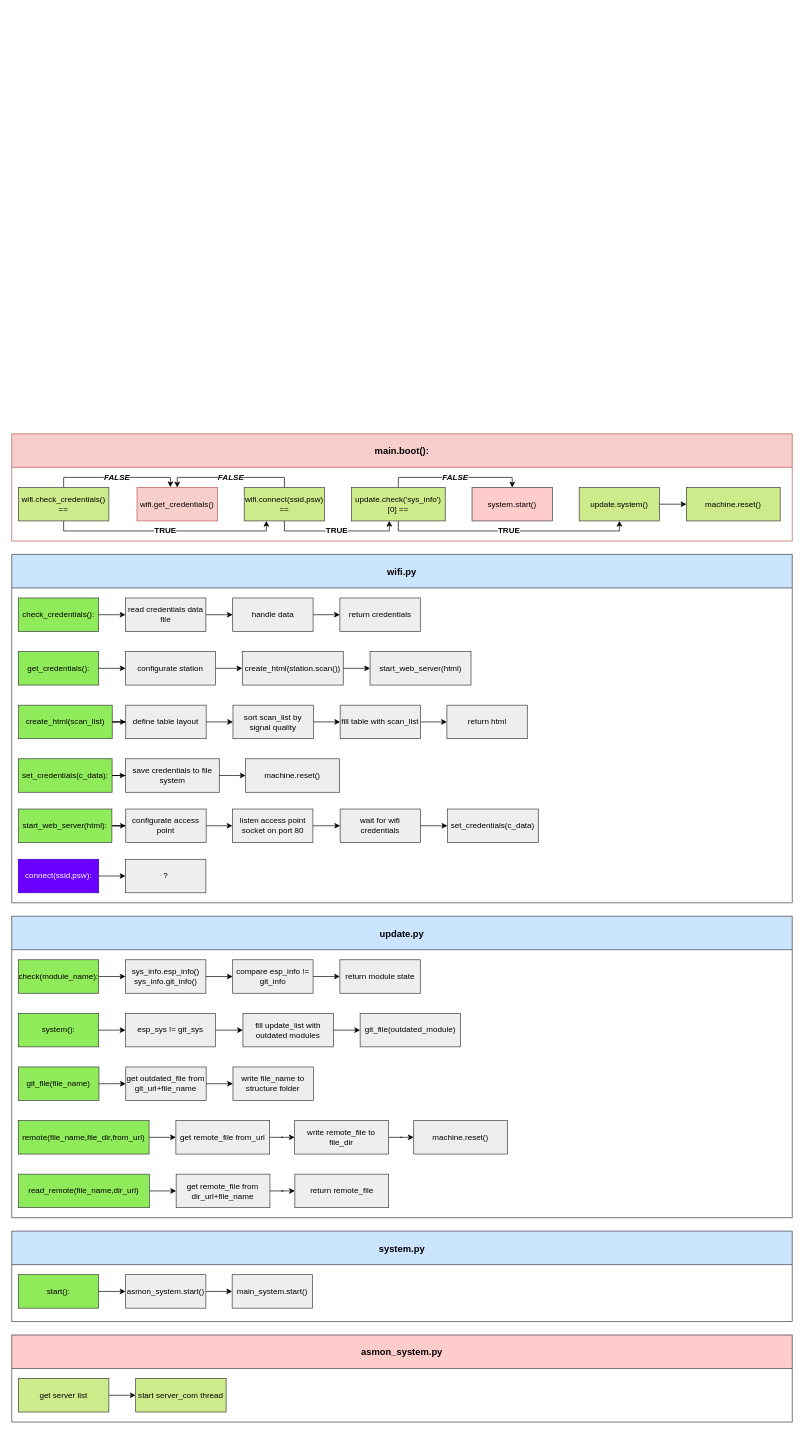
marsex/workbench keeps this draw.io diagram as design_files/esp_structure.drawio. Above is the earlier version. Source tidied: cells renumbered, new cells numbered last; positions are measured from the earlier drawing's top-left corner, leaving out a move shared by most shapes. Both pictures are drawn from the tidied source at 67%, with x=0, y=0 at pixel (11, 433).
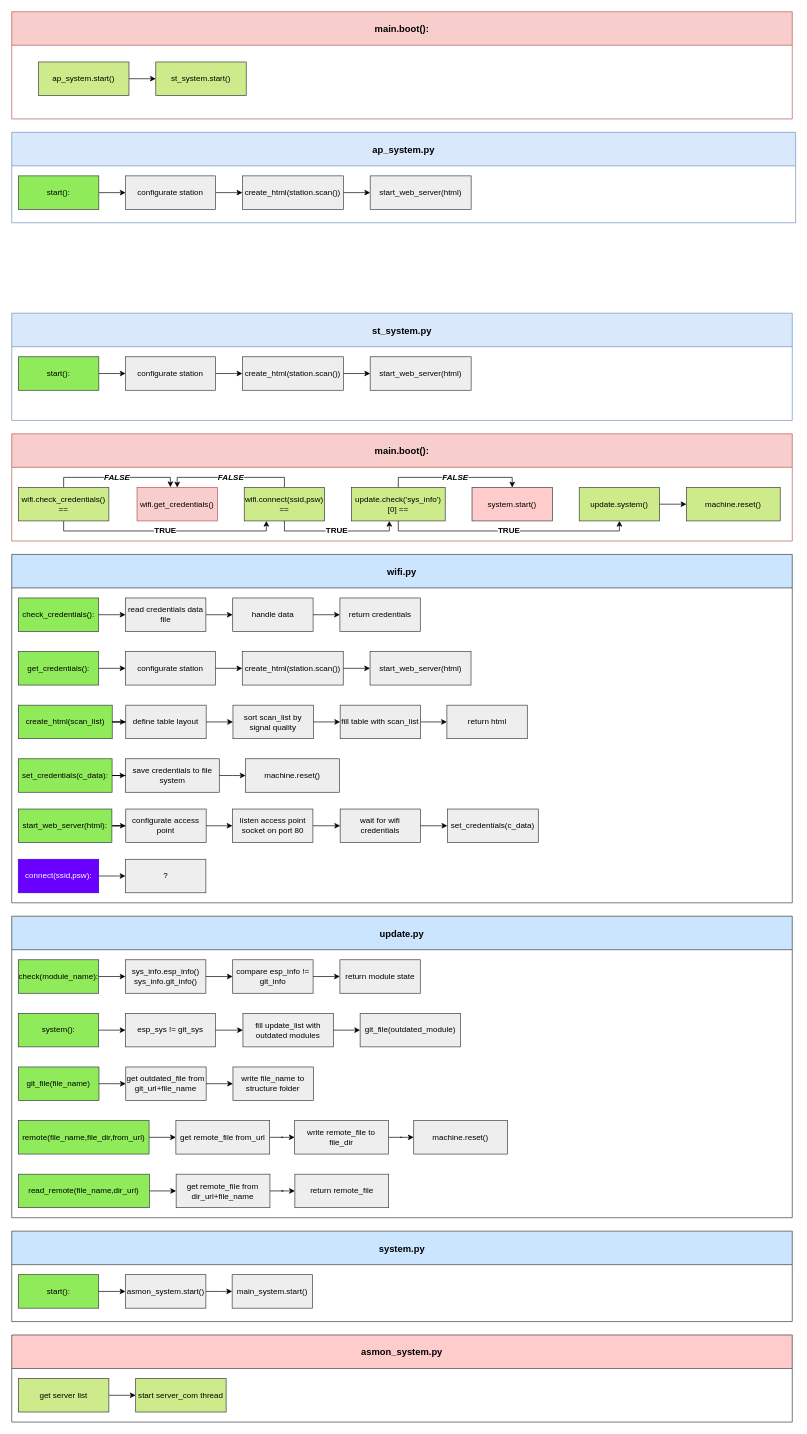
The same page after the edit.

The edit, as a diff of the source:
```diff
@@
+    <mxCell id="119" value="ap_system.py" style="swimlane;strokeColor=#6c8ebf;fillColor=#dae8fc;fontSize=14;startSize=50;flipH=1;swimlaneFillColor=none;" parent="1" vertex="1">
+      <mxGeometry y="-450" width="1170" height="135" as="geometry" />
+    </mxCell>
+    <mxCell id="120" style="edgeStyle=orthogonalEdgeStyle;rounded=0;jettySize=auto;html=1;" parent="119" edge="1" source="121" target="123">
+      <mxGeometry relative="1" as="geometry" />
+    </mxCell>
+    <mxCell id="121" value="start():" style="rounded=0;whiteSpace=wrap;html=1;fillColor=#8FEB59;strokeColor=#36393d;" parent="119" vertex="1">
+      <mxGeometry x="10" y="65" width="120" height="50" as="geometry" />
+    </mxCell>
+    <mxCell id="122" style="edgeStyle=orthogonalEdgeStyle;rounded=0;jettySize=auto;html=1;" parent="119" edge="1" source="123" target="125">
+      <mxGeometry relative="1" as="geometry" />
+    </mxCell>
+    <mxCell id="123" value="configurate station" style="rounded=0;whiteSpace=wrap;html=1;fillColor=#eeeeee;strokeColor=#36393d;" parent="119" vertex="1">
+      <mxGeometry x="170" y="65" width="134.3" height="50" as="geometry" />
+    </mxCell>
+    <mxCell id="124" style="edgeStyle=orthogonalEdgeStyle;rounded=0;jettySize=auto;html=1;" parent="119" edge="1" source="125" target="126">
+      <mxGeometry relative="1" as="geometry" />
+    </mxCell>
+    <mxCell id="125" value="create_html(station.scan())" style="rounded=0;whiteSpace=wrap;html=1;fillColor=#eeeeee;strokeColor=#36393d;" parent="119" vertex="1">
+      <mxGeometry x="344.3" y="65" width="150.7" height="50" as="geometry" />
+    </mxCell>
+    <mxCell id="126" value="start_web_server(html)" style="rounded=0;whiteSpace=wrap;html=1;fillColor=#eeeeee;strokeColor=#36393d;" parent="119" vertex="1">
+      <mxGeometry x="535" y="65" width="150.7" height="50" as="geometry" />
+    </mxCell>
+    <mxCell id="127" value="main.boot():" style="swimlane;strokeColor=#b85450;fillColor=#f8cecc;fontSize=14;startSize=50;flipH=1;swimlaneFillColor=none;" parent="1" vertex="1">
+      <mxGeometry y="-630" width="1165" height="160" as="geometry" />
+    </mxCell>
+    <mxCell id="128" value="&lt;b&gt;TRUE&lt;/b&gt;" style="edgeStyle=orthogonalEdgeStyle;rounded=0;orthogonalLoop=1;jettySize=auto;html=1;exitX=0.5;exitY=1;exitDx=0;exitDy=0;entryX=0.404;entryY=1;entryDx=0;entryDy=0;fontSize=12;fontColor=#000000;entryPerimeter=0;" parent="127" edge="1">
+      <mxGeometry relative="1" as="geometry">
+        <mxPoint x="407" y="130" as="sourcePoint" />
+        <Array as="points">
+          <mxPoint x="407" y="145" />
+          <mxPoint x="564" y="145" />
+        </Array>
+      </mxGeometry>
+    </mxCell>
+    <mxCell id="129" value="TRUE" style="edgeStyle=orthogonalEdgeStyle;rounded=0;orthogonalLoop=1;jettySize=auto;html=1;exitX=0.5;exitY=1;exitDx=0;exitDy=0;fontColor=#000000;fontStyle=1;fontSize=12;" parent="127" edge="1">
+      <mxGeometry relative="1" as="geometry">
+        <mxPoint x="380" y="130" as="targetPoint" />
+        <Array as="points">
+          <mxPoint x="77" y="145" />
+          <mxPoint x="380" y="145" />
+        </Array>
+      </mxGeometry>
+    </mxCell>
+    <mxCell id="130" value="ap_system.start()" style="rounded=0;whiteSpace=wrap;html=1;fillColor=#cdeb8b;strokeColor=#36393d;" parent="127" vertex="1">
+      <mxGeometry x="40" y="75" width="135" height="50" as="geometry" />
+    </mxCell>
+    <mxCell id="131" value="st_system.start()" style="rounded=0;whiteSpace=wrap;html=1;fillColor=#cdeb8b;strokeColor=#36393d;" parent="127" vertex="1">
+      <mxGeometry x="215" y="75" width="135" height="50" as="geometry" />
+    </mxCell>
+    <mxCell id="132" style="edgeStyle=orthogonalEdgeStyle;rounded=0;jettySize=auto;html=1;" parent="127" edge="1" source="130" target="131">
+      <mxGeometry relative="1" as="geometry" />
+    </mxCell>
+    <mxCell id="133" value="st_system.py" style="swimlane;strokeColor=#6c8ebf;fillColor=#dae8fc;fontSize=14;startSize=50;flipH=1;swimlaneFillColor=none;" parent="1" vertex="1">
+      <mxGeometry y="-180" width="1165" height="160" as="geometry" />
+    </mxCell>
+    <mxCell id="134" style="edgeStyle=orthogonalEdgeStyle;rounded=0;jettySize=auto;html=1;" parent="133" edge="1" source="135" target="137">
+      <mxGeometry relative="1" as="geometry" />
+    </mxCell>
+    <mxCell id="135" value="start():" style="rounded=0;whiteSpace=wrap;html=1;fillColor=#8FEB59;strokeColor=#36393d;" parent="133" vertex="1">
+      <mxGeometry x="10" y="65" width="120" height="50" as="geometry" />
+    </mxCell>
+    <mxCell id="136" style="edgeStyle=orthogonalEdgeStyle;rounded=0;jettySize=auto;html=1;" parent="133" edge="1" source="137" target="139">
+      <mxGeometry relative="1" as="geometry" />
+    </mxCell>
+    <mxCell id="137" value="configurate station" style="rounded=0;whiteSpace=wrap;html=1;fillColor=#eeeeee;strokeColor=#36393d;" parent="133" vertex="1">
+      <mxGeometry x="170" y="65" width="134.3" height="50" as="geometry" />
+    </mxCell>
+    <mxCell id="138" style="edgeStyle=orthogonalEdgeStyle;rounded=0;jettySize=auto;html=1;" parent="133" edge="1" source="139" target="140">
+      <mxGeometry relative="1" as="geometry" />
+    </mxCell>
+    <mxCell id="139" value="create_html(station.scan())" style="rounded=0;whiteSpace=wrap;html=1;fillColor=#eeeeee;strokeColor=#36393d;" parent="133" vertex="1">
+      <mxGeometry x="344.3" y="65" width="150.7" height="50" as="geometry" />
+    </mxCell>
+    <mxCell id="140" value="start_web_server(html)" style="rounded=0;whiteSpace=wrap;html=1;fillColor=#eeeeee;strokeColor=#36393d;" parent="133" vertex="1">
+      <mxGeometry x="535" y="65" width="150.7" height="50" as="geometry" />
+    </mxCell>
```
